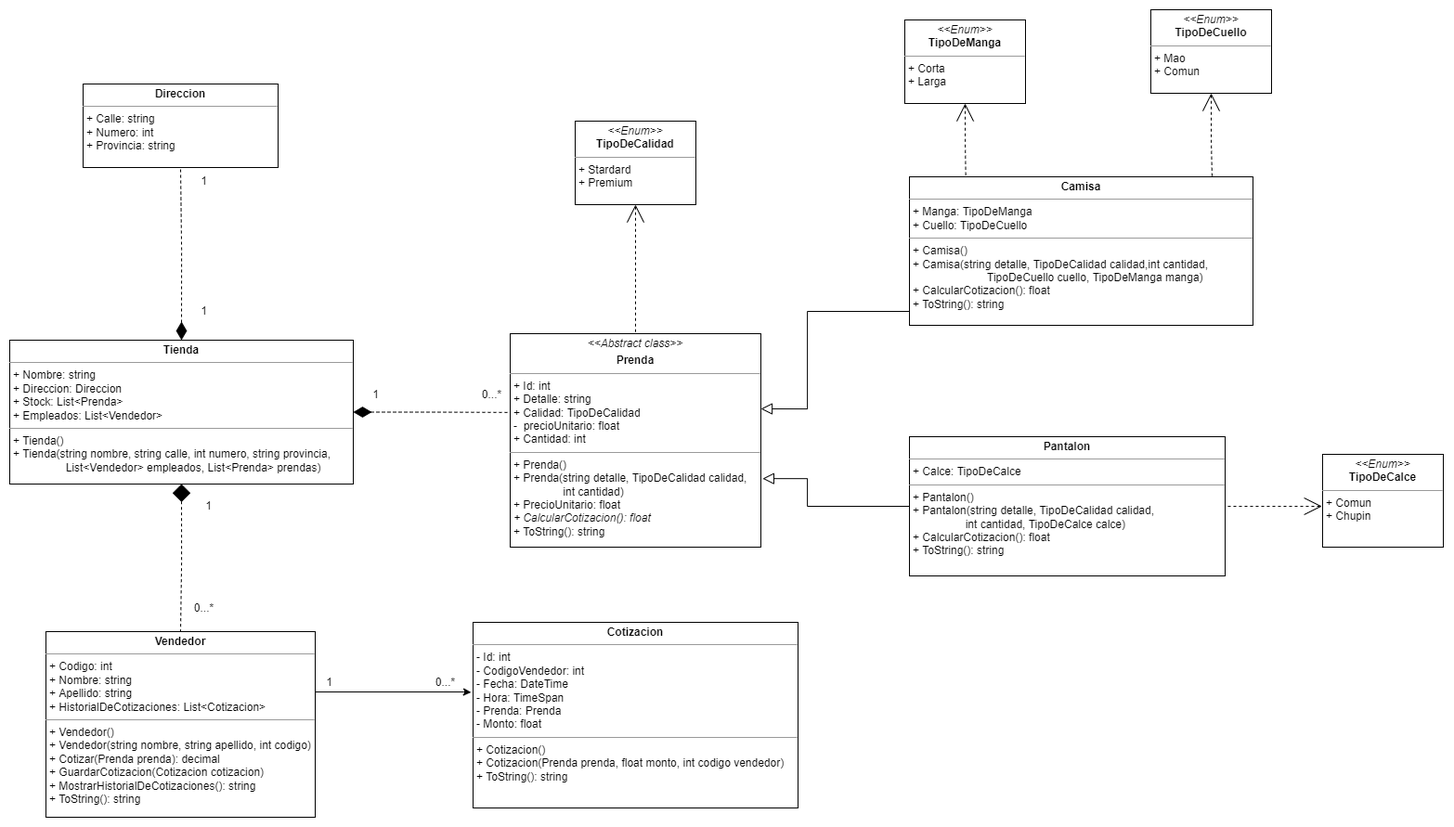
The draw.io diagram UML Quark.png in barbosalucas278/imagenes-readme, before a commit. Source tidied: cells renumbered, new cells last; positions are measured from the earlier drawing's top-left corner, leaving out a move shared by most shapes.
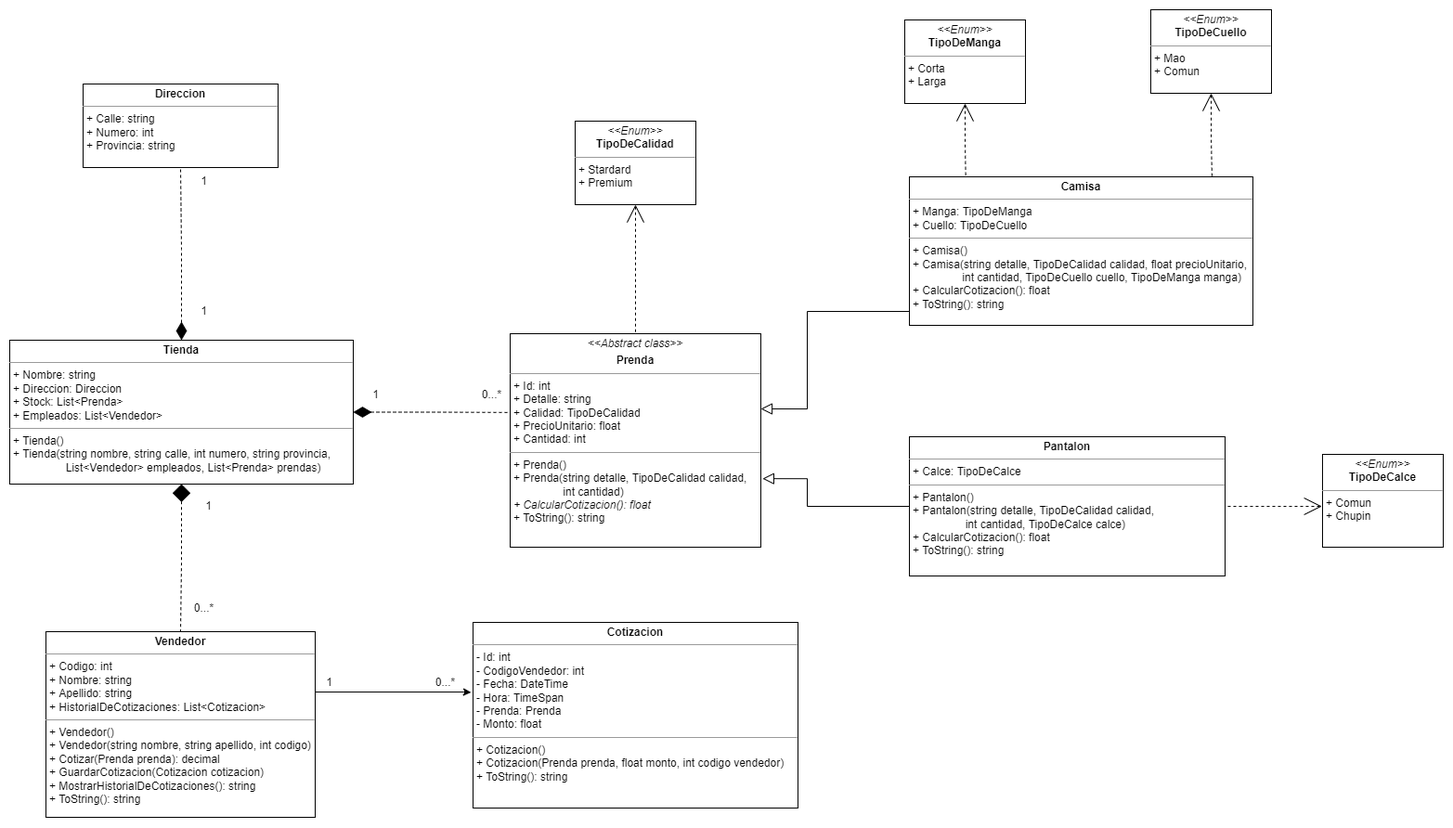
Above is the later version.

Diff of the diagram source:
```diff
@@ -28,7 +28,7 @@
     <mxCell id="8" value="&lt;p style=&quot;margin:0px;margin-top:4px;text-align:center;&quot;&gt;&lt;b&gt;Tienda&lt;/b&gt;&lt;/p&gt;&lt;hr size=&quot;1&quot;&gt;&lt;p style=&quot;margin:0px;margin-left:4px;&quot;&gt;+ Nombre: string&lt;/p&gt;&lt;p style=&quot;margin:0px;margin-left:4px;&quot;&gt;+ Direccion: Direccion&lt;/p&gt;&lt;p style=&quot;margin:0px;margin-left:4px;&quot;&gt;+ Stock: List&amp;lt;Prenda&amp;gt;&lt;/p&gt;&lt;p style=&quot;margin:0px;margin-left:4px;&quot;&gt;+ Empleados: List&amp;lt;Vendedor&amp;gt;&lt;/p&gt;&lt;hr size=&quot;1&quot;&gt;&lt;p style=&quot;margin:0px;margin-left:4px;&quot;&gt;+ Tienda()&lt;/p&gt;&lt;p style=&quot;margin:0px;margin-left:4px;&quot;&gt;+ Tienda(string nombre, string calle, int numero,&amp;nbsp;&lt;span style=&quot;background-color: initial;&quot;&gt;string provincia,&lt;/span&gt;&lt;/p&gt;&lt;p style=&quot;margin:0px;margin-left:4px;&quot;&gt;&lt;span style=&quot;background-color: initial;&quot;&gt;&lt;span style=&quot;white-space: pre;&quot;&gt;&#9;&lt;/span&gt;&lt;span style=&quot;white-space: pre;&quot;&gt;&#9;&lt;/span&gt;&amp;nbsp;List&amp;lt;Vendedor&amp;gt; empleados, List&amp;lt;Prenda&amp;gt; prendas)&lt;/span&gt;&lt;/p&gt;" style="verticalAlign=top;align=left;overflow=fill;fontSize=12;fontFamily=Helvetica;html=1;" parent="1" vertex="1">
       <mxGeometry y="356" width="370" height="155" as="geometry" />
     </mxCell>
-    <mxCell id="9" value="&lt;p style=&quot;margin:0px;margin-top:4px;text-align:center;&quot;&gt;&lt;i&gt;&amp;lt;&amp;lt;Abstract class&amp;gt;&amp;gt;&lt;/i&gt;&lt;br&gt;&lt;/p&gt;&lt;p style=&quot;margin:0px;margin-top:4px;text-align:center;&quot;&gt;&lt;b&gt;Prenda&lt;/b&gt;&lt;/p&gt;&lt;hr size=&quot;1&quot;&gt;&lt;p style=&quot;margin:0px;margin-left:4px;&quot;&gt;+ Id: int&lt;/p&gt;&lt;p style=&quot;margin:0px;margin-left:4px;&quot;&gt;+ Detalle: string&lt;/p&gt;&lt;p style=&quot;margin:0px;margin-left:4px;&quot;&gt;+ Calidad: TipoDeCalidad&lt;/p&gt;&lt;p style=&quot;margin:0px;margin-left:4px;&quot;&gt;-&amp;nbsp; precioUnitario: float&lt;/p&gt;&lt;p style=&quot;margin:0px;margin-left:4px;&quot;&gt;+ Cantidad: int&lt;/p&gt;&lt;hr size=&quot;1&quot;&gt;&lt;p style=&quot;margin:0px;margin-left:4px;&quot;&gt;+ Prenda()&lt;/p&gt;&lt;p style=&quot;margin:0px;margin-left:4px;&quot;&gt;+ Prenda(string detalle, TipoDeCalidad calidad,&amp;nbsp;&lt;/p&gt;&lt;p style=&quot;margin:0px;margin-left:4px;&quot;&gt;&lt;span style=&quot;white-space: pre;&quot;&gt;&#9;&lt;/span&gt;&lt;span style=&quot;white-space: pre;&quot;&gt;&#9;&lt;/span&gt;int cantidad)&lt;/p&gt;&lt;p style=&quot;margin:0px;margin-left:4px;&quot;&gt;+ PrecioUnitario: float&lt;/p&gt;&lt;p style=&quot;margin:0px;margin-left:4px;&quot;&gt;&lt;i&gt;+ CalcularCotizacion(): float&lt;/i&gt;&lt;/p&gt;&lt;p style=&quot;margin:0px;margin-left:4px;&quot;&gt;+ ToString(): string&lt;/p&gt;" style="verticalAlign=top;align=left;overflow=fill;fontSize=12;fontFamily=Helvetica;html=1;" parent="1" vertex="1">
+    <mxCell id="9" value="&lt;p style=&quot;margin:0px;margin-top:4px;text-align:center;&quot;&gt;&lt;i&gt;&amp;lt;&amp;lt;Abstract class&amp;gt;&amp;gt;&lt;/i&gt;&lt;br&gt;&lt;/p&gt;&lt;p style=&quot;margin:0px;margin-top:4px;text-align:center;&quot;&gt;&lt;b&gt;Prenda&lt;/b&gt;&lt;/p&gt;&lt;hr size=&quot;1&quot;&gt;&lt;p style=&quot;margin:0px;margin-left:4px;&quot;&gt;+ Id: int&lt;/p&gt;&lt;p style=&quot;margin:0px;margin-left:4px;&quot;&gt;+ Detalle: string&lt;/p&gt;&lt;p style=&quot;margin:0px;margin-left:4px;&quot;&gt;+ Calidad: TipoDeCalidad&lt;/p&gt;&lt;p style=&quot;margin:0px;margin-left:4px;&quot;&gt;+ PrecioUnitario: float&lt;/p&gt;&lt;p style=&quot;margin:0px;margin-left:4px;&quot;&gt;+ Cantidad: int&lt;/p&gt;&lt;hr size=&quot;1&quot;&gt;&lt;p style=&quot;margin:0px;margin-left:4px;&quot;&gt;+ Prenda()&lt;/p&gt;&lt;p style=&quot;margin:0px;margin-left:4px;&quot;&gt;+ Prenda(string detalle, TipoDeCalidad calidad,&amp;nbsp;&lt;/p&gt;&lt;p style=&quot;margin:0px;margin-left:4px;&quot;&gt;&lt;span style=&quot;white-space: pre;&quot;&gt;&#9;&lt;/span&gt;&lt;span style=&quot;white-space: pre;&quot;&gt;&#9;&lt;/span&gt;int cantidad)&lt;/p&gt;&lt;p style=&quot;margin:0px;margin-left:4px;&quot;&gt;&lt;i&gt;+ CalcularCotizacion(): float&lt;/i&gt;&lt;/p&gt;&lt;p style=&quot;margin:0px;margin-left:4px;&quot;&gt;+ ToString(): string&lt;/p&gt;" style="verticalAlign=top;align=left;overflow=fill;fontSize=12;fontFamily=Helvetica;html=1;" parent="1" vertex="1">
       <mxGeometry x="539" y="349" width="270" height="230" as="geometry" />
     </mxCell>
     <mxCell id="10" style="edgeStyle=orthogonalEdgeStyle;rounded=0;jettySize=auto;html=1;exitX=0.5;exitY=1;exitDx=0;exitDy=0;entryX=0.5;entryY=0;entryDx=0;entryDy=0;dashed=1;startArrow=open;startFill=0;endArrow=none;endFill=0;startSize=17;endSize=3;targetPerimeterSpacing=5;strokeWidth=1;" parent="1" edge="1" source="11" target="9">
@@ -61,7 +61,7 @@
         </Array>
       </mxGeometry>
     </mxCell>
-    <mxCell id="18" value="&lt;p style=&quot;margin:0px;margin-top:4px;text-align:center;&quot;&gt;&lt;b&gt;Camisa&lt;/b&gt;&lt;/p&gt;&lt;hr size=&quot;1&quot;&gt;&lt;p style=&quot;margin:0px;margin-left:4px;&quot;&gt;+ Manga: TipoDeManga&lt;br&gt;&lt;/p&gt;&lt;p style=&quot;margin:0px;margin-left:4px;&quot;&gt;+ Cuello: TipoDeCuello&lt;/p&gt;&lt;hr size=&quot;1&quot;&gt;&lt;p style=&quot;margin: 0px 0px 0px 4px;&quot;&gt;+ Camisa()&lt;/p&gt;&lt;p style=&quot;margin: 0px 0px 0px 4px;&quot;&gt;+ Camisa(&lt;span style=&quot;background-color: initial;&quot;&gt;string detalle, TipoDeCalidad calidad,&lt;/span&gt;&lt;span style=&quot;background-color: initial;&quot;&gt;int cantidad,&amp;nbsp;&lt;/span&gt;&lt;/p&gt;&lt;p style=&quot;margin: 0px 0px 0px 4px;&quot;&gt;&lt;span style=&quot;background-color: initial;&quot;&gt;&lt;span style=&quot;white-space: pre;&quot;&gt;&#9;&lt;/span&gt;&lt;span style=&quot;white-space: pre;&quot;&gt;&#9;&lt;/span&gt;&lt;span style=&quot;white-space: pre;&quot;&gt;&#9;&lt;/span&gt;TipoDeCuello cuello, TipoDeManga manga&lt;/span&gt;&lt;span style=&quot;background-color: initial;&quot;&gt;)&lt;/span&gt;&lt;/p&gt;&lt;p style=&quot;margin: 0px 0px 0px 4px;&quot;&gt;+ CalcularCotizacion(): float&lt;/p&gt;&lt;p style=&quot;margin: 0px 0px 0px 4px;&quot;&gt;+ ToString(): string&lt;/p&gt;" style="verticalAlign=top;align=left;overflow=fill;fontSize=12;fontFamily=Helvetica;html=1;" parent="1" vertex="1">
+    <mxCell id="18" value="&lt;p style=&quot;margin:0px;margin-top:4px;text-align:center;&quot;&gt;&lt;b&gt;Camisa&lt;/b&gt;&lt;/p&gt;&lt;hr size=&quot;1&quot;&gt;&lt;p style=&quot;margin:0px;margin-left:4px;&quot;&gt;+ Manga: TipoDeManga&lt;br&gt;&lt;/p&gt;&lt;p style=&quot;margin:0px;margin-left:4px;&quot;&gt;+ Cuello: TipoDeCuello&lt;/p&gt;&lt;hr size=&quot;1&quot;&gt;&lt;p style=&quot;margin: 0px 0px 0px 4px;&quot;&gt;+ Camisa()&lt;/p&gt;&lt;p style=&quot;margin: 0px 0px 0px 4px;&quot;&gt;+ Camisa(&lt;span style=&quot;background-color: initial;&quot;&gt;string detalle, TipoDeCalidad calidad,&amp;nbsp;&lt;/span&gt;&lt;span style=&quot;background-color: initial;&quot;&gt;float precioUnitario,&amp;nbsp;&lt;/span&gt;&lt;/p&gt;&lt;p style=&quot;margin: 0px 0px 0px 4px;&quot;&gt;&lt;span style=&quot;background-color: initial;&quot;&gt;&lt;span style=&quot;white-space: pre;&quot;&gt;&#9;&lt;/span&gt;&lt;span style=&quot;white-space: pre;&quot;&gt;&#9;&lt;/span&gt;int cantidad, TipoDeCuello cuello, TipoDeManga manga&lt;/span&gt;&lt;span style=&quot;background-color: initial;&quot;&gt;)&lt;/span&gt;&lt;/p&gt;&lt;p style=&quot;margin: 0px 0px 0px 4px;&quot;&gt;+ CalcularCotizacion(): float&lt;/p&gt;&lt;p style=&quot;margin: 0px 0px 0px 4px;&quot;&gt;+ ToString(): string&lt;/p&gt;" style="verticalAlign=top;align=left;overflow=fill;fontSize=12;fontFamily=Helvetica;html=1;" parent="1" vertex="1">
       <mxGeometry x="969" y="180" width="370" height="160" as="geometry" />
     </mxCell>
     <mxCell id="19" style="edgeStyle=orthogonalEdgeStyle;rounded=0;jettySize=auto;html=1;exitX=0;exitY=0.5;exitDx=0;exitDy=0;entryX=1.007;entryY=0.679;entryDx=0;entryDy=0;startArrow=none;startFill=0;endArrow=block;endFill=0;startSize=0;endSize=10;targetPerimeterSpacing=5;strokeWidth=1;entryPerimeter=0;" parent="1" edge="1" source="20" target="9">
```
